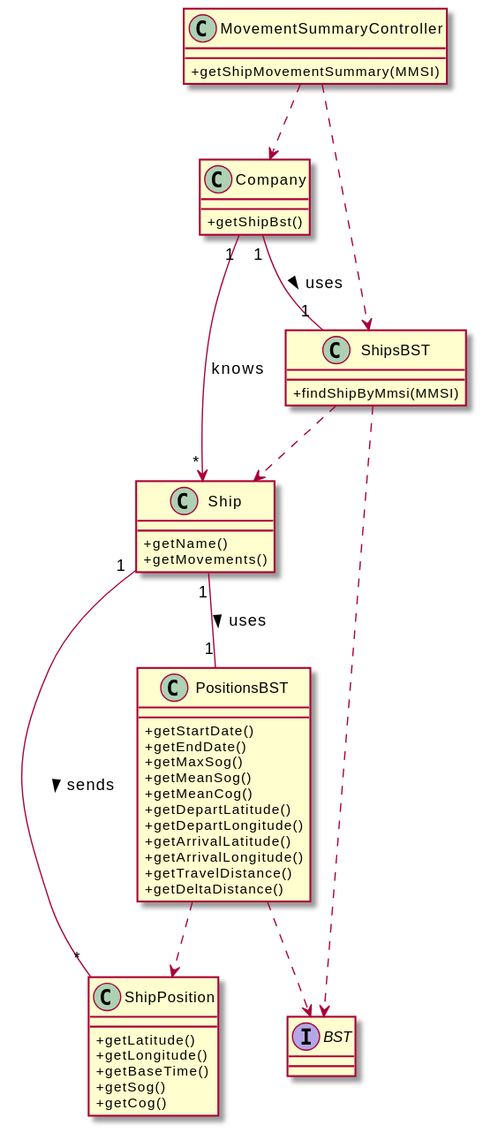
Above: docs/US104/CD_104.svg in ana-albergaria/LAPR3-ISEP (PlantUML), before the change.
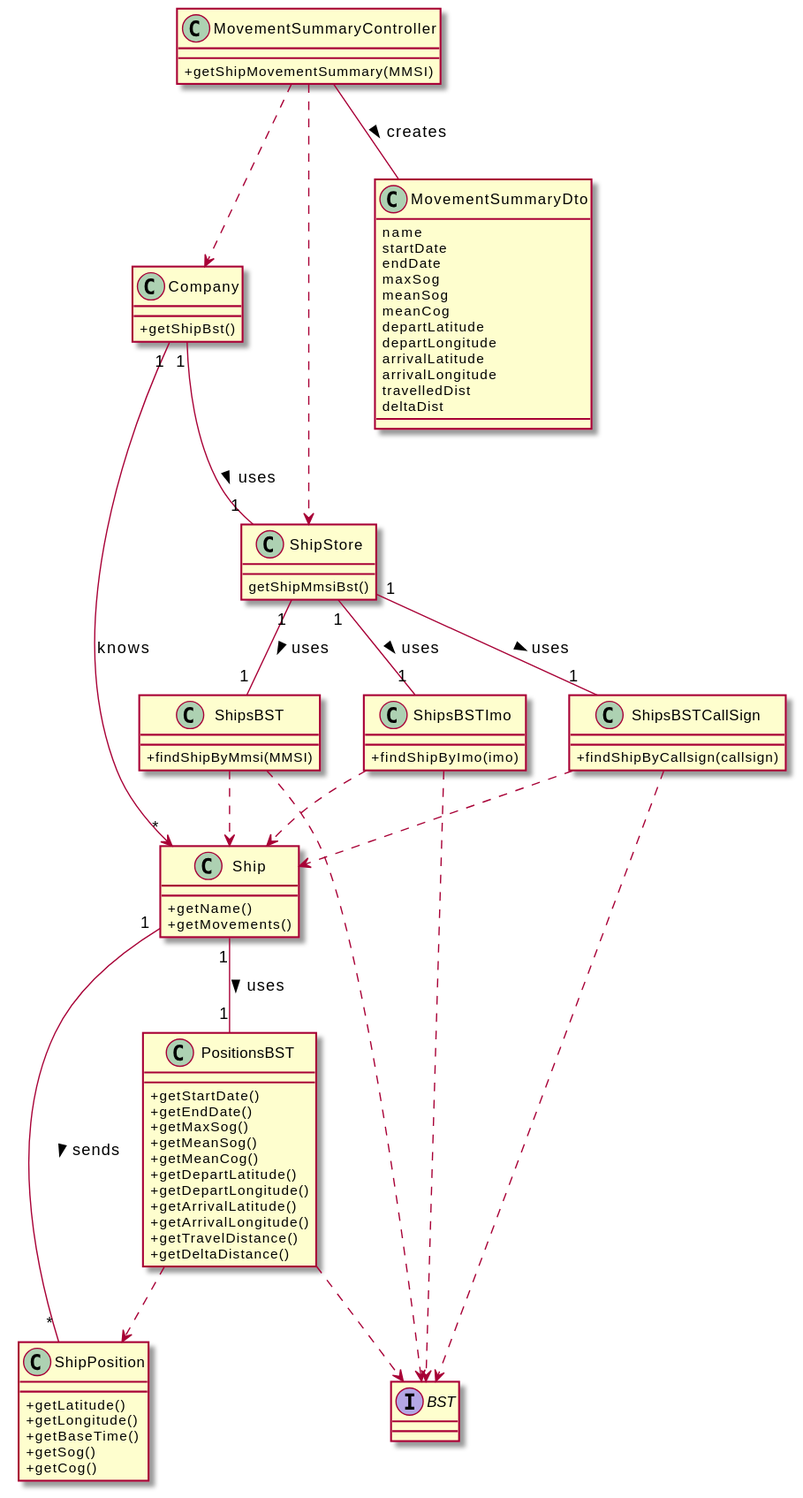
The same diagram one commit later.

What changed in the source:
```diff
@@ -15,6 +15,16 @@
     +findShipByMmsi(MMSI)
 }
 
+class ShipsBSTImo{
+    +findShipByImo(imo)
+}
+class ShipsBSTCallSign{
+     +findShipByCallsign(callsign)
+ }
+
+class ShipStore{
+    getShipMmsiBst()
+}
 class ShipPosition{
     +getLatitude()
     +getLongitude()
@@ -42,16 +52,41 @@
 +getShipMovementSummary(MMSI)
 }
 
+class MovementSummaryDto{
+    name
+    startDate
+    endDate
+    maxSog
+    meanSog
+    meanCog
+    departLatitude
+    departLongitude
+    arrivalLatitude
+    arrivalLongitude
+    travelledDist
+    deltaDist
+}
+
+
+
 
 MovementSummaryController ..> Company
-MovementSummaryController ..> ShipsBST
+MovementSummaryController ..> ShipStore
+MovementSummaryController -- MovementSummaryDto: creates >
 Company "1" --> "*" Ship : knows
-Company "1" -- "1" ShipsBST : uses >
+Company "1" -- "1" ShipStore : uses >
+ShipStore "1" -- "1" ShipsBSTCallSign : uses >
+ShipStore "1" -- "1" ShipsBST : uses >
+ShipStore "1" -- "1" ShipsBSTImo : uses >
 ShipsBST ..> Ship
+ShipsBSTImo ..> Ship
+ShipsBSTCallSign ..> Ship
 Ship "1" -- "*" ShipPosition : sends >
 Ship "1" -- "1" PositionsBST : uses >
 PositionsBST ..> ShipPosition
 ShipsBST ..> BST
+ShipsBSTImo ..> BST
+ShipsBSTCallSign ..> BST
 PositionsBST ..> BST
 
 @enduml
```
